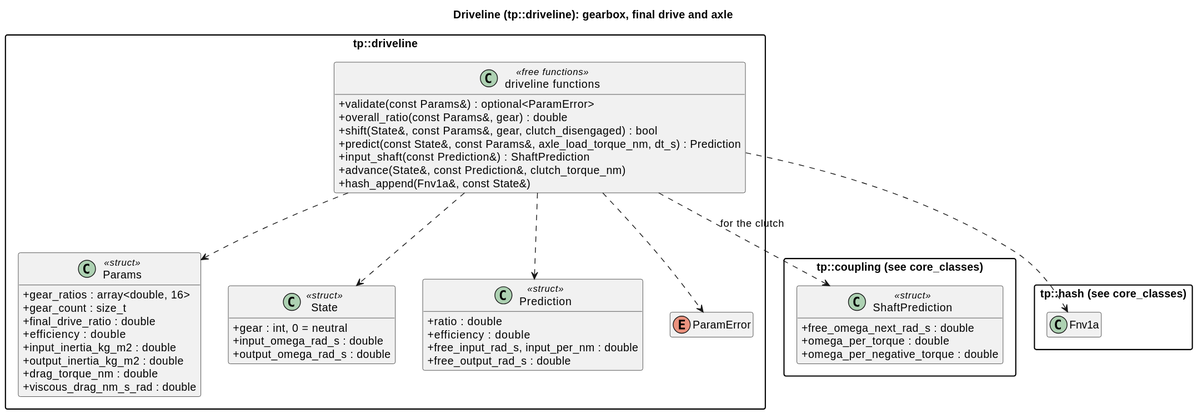
Before: docs/diagrams/svg/driveline_classes.svg, a diagram exported from PlantUML (wversteeg/TractorPulling).
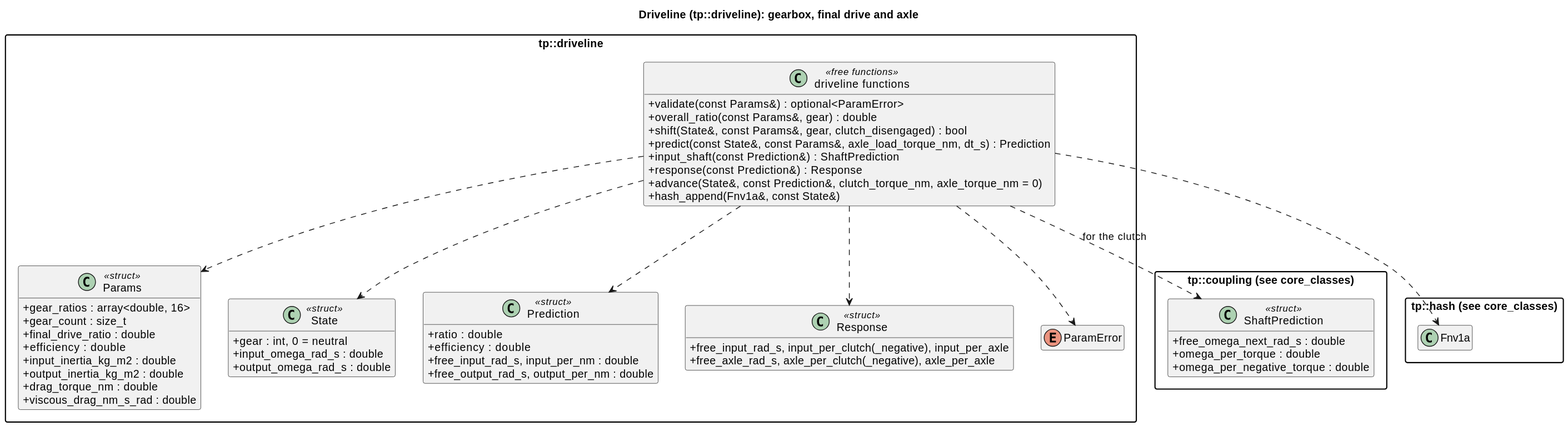
After the change.

Diff of the diagram source:
```diff
@@ -35,7 +35,11 @@
     +ratio : double
     +efficiency : double
     +free_input_rad_s, input_per_nm : double
-    +free_output_rad_s : double
+    +free_output_rad_s, output_per_nm : double
+  }
+  class Response <<struct>> {
+    +free_input_rad_s, input_per_clutch(_negative), input_per_axle
+    +free_axle_rad_s, axle_per_clutch(_negative), axle_per_axle
   }
   enum ParamError
   class "driveline functions" as DrivelineFns <<free functions>> {
@@ -44,12 +48,14 @@
     +shift(State&, const Params&, gear, clutch_disengaged) : bool
     +predict(const State&, const Params&, axle_load_torque_nm, dt_s) : Prediction
     +input_shaft(const Prediction&) : ShaftPrediction
-    +advance(State&, const Prediction&, clutch_torque_nm)
+    +response(const Prediction&) : Response
+    +advance(State&, const Prediction&, clutch_torque_nm, axle_torque_nm = 0)
     +hash_append(Fnv1a&, const State&)
   }
   DrivelineFns ..> Params
   DrivelineFns ..> State
   DrivelineFns ..> Prediction
+  DrivelineFns ..> Response
   DrivelineFns ..> ParamError
 }
 DrivelineFns ..> ShaftPrediction : for the clutch
```
